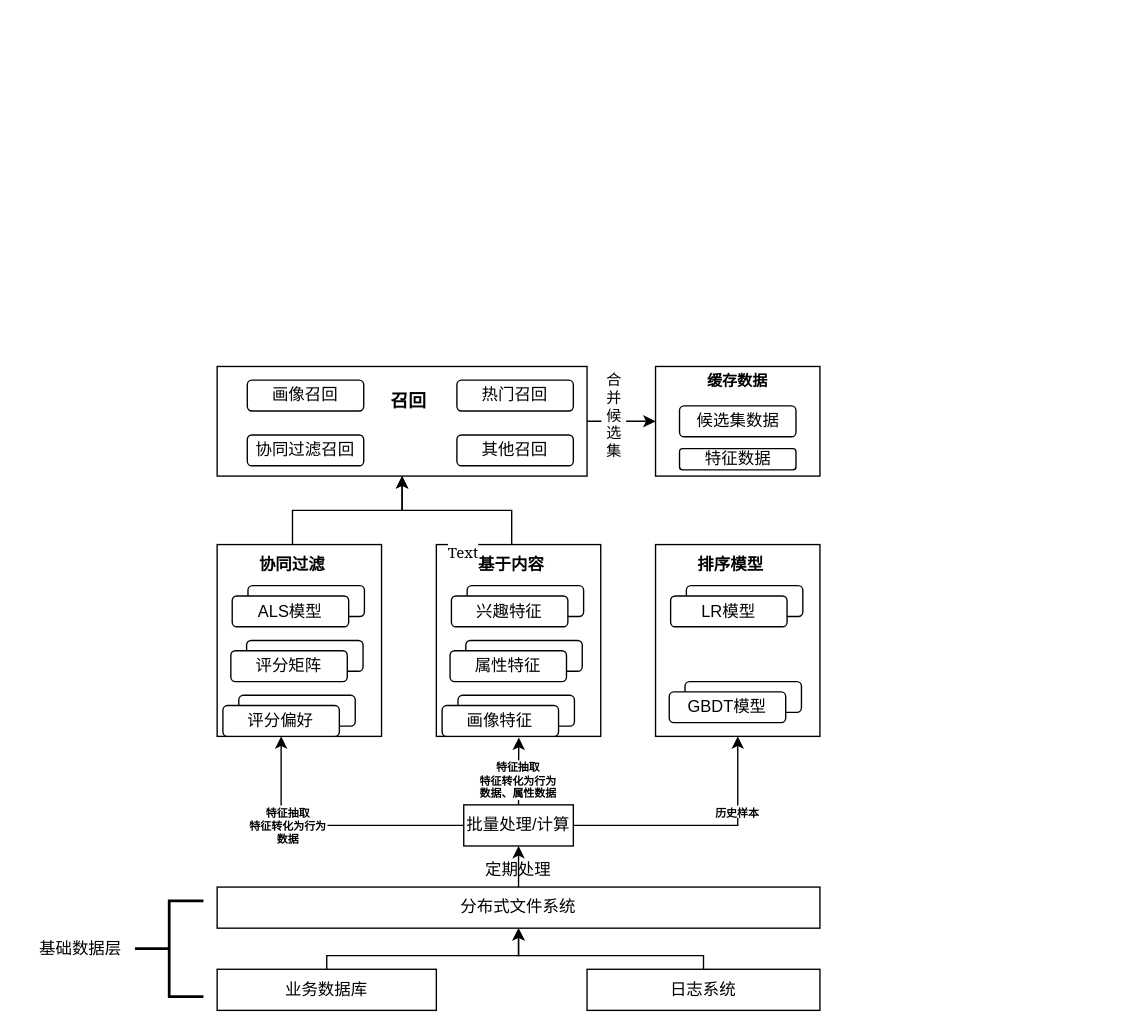
Above: reading/未命名绘图.drawio in johnsondiao0521/ImagesHost (draw.io), before the change. Source tidied: cells renumbered, new cells numbered last; positions are measured from the earlier drawing's top-left corner, leaving out a move shared by most shapes. Both pictures are drawn from the tidied source at 137%, with x=0, y=0 at pixel (25, 366).
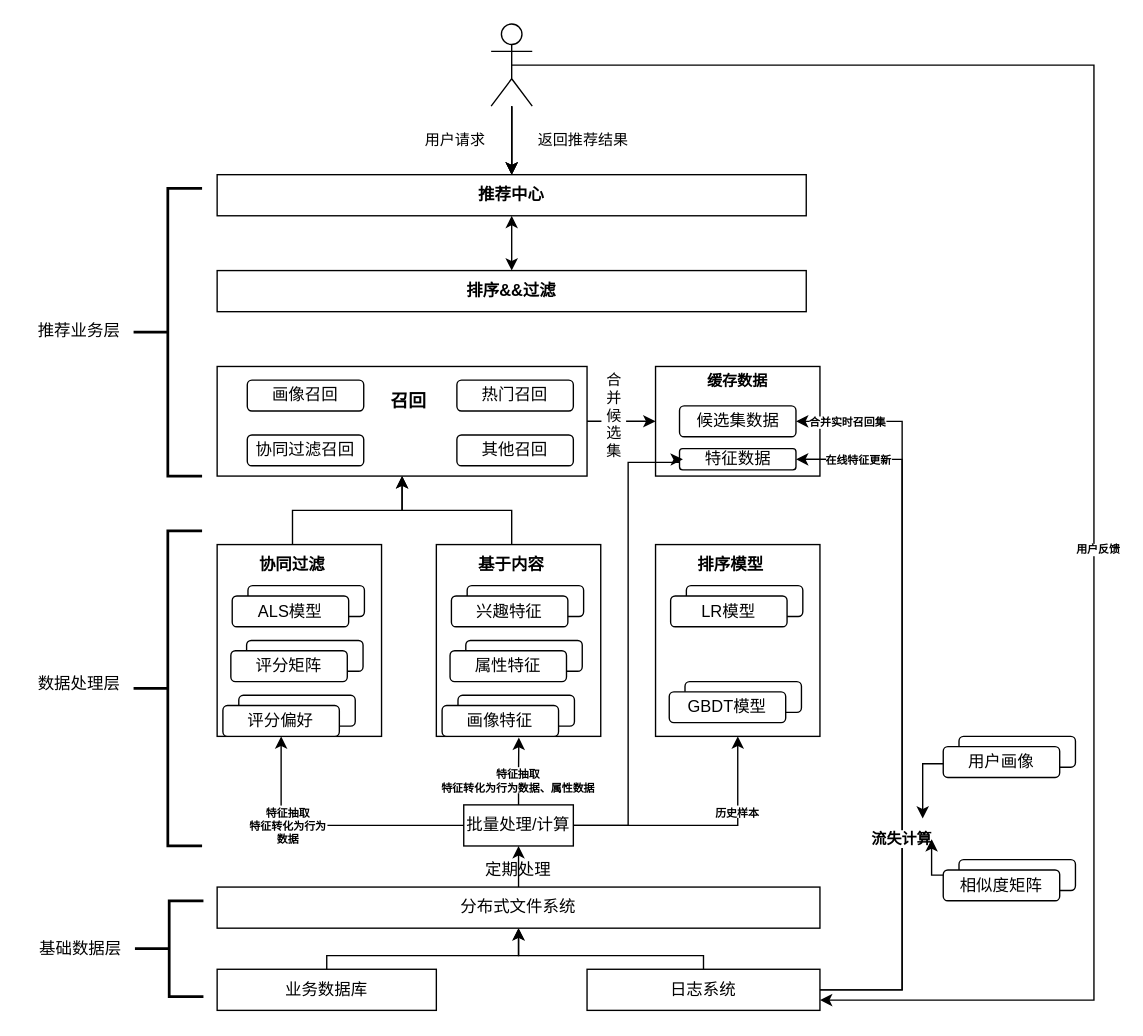
After the change.

Commit message (it also covers changes not shown here):
推荐系统业务架构.drawio

The change refers to these unchanged cells:
```xml
<mxCell id="5" value="日志系统" style="rounded=0;whiteSpace=wrap;html=1;" parent="1" vertex="1">
  <mxGeometry x="410" y="440" width="170" height="30" as="geometry" />
</mxCell>
<mxCell id="13" value="批量处理/计算" style="rounded=0;whiteSpace=wrap;html=1;" parent="1" vertex="1">
  <mxGeometry x="320" y="320" width="80" height="30" as="geometry" />
</mxCell>
<mxCell id="16" value="协同过滤" style="text;html=1;strokeColor=none;fillColor=none;align=center;verticalAlign=middle;whiteSpace=wrap;rounded=0;fontStyle=1;" parent="14" vertex="1">
  <mxGeometry x="25" width="60" height="30" as="geometry" />
</mxCell>
<mxCell id="26" value="基于内容" style="text;html=1;strokeColor=none;fillColor=none;align=center;verticalAlign=middle;whiteSpace=wrap;rounded=0;fontStyle=1;" parent="24" vertex="1">
  <mxGeometry x="25" width="60" height="30" as="geometry" />
</mxCell>
<mxCell id="53" value="候选集数据" style="rounded=1;whiteSpace=wrap;html=1;" parent="1" vertex="1">
  <mxGeometry x="477.5" y="28.8" width="85" height="22.5" as="geometry" />
</mxCell>
<mxCell id="54" value="特征数据" style="rounded=1;whiteSpace=wrap;html=1;" parent="1" vertex="1">
  <mxGeometry x="477.5" y="60" width="85" height="15.5" as="geometry" />
</mxCell>
```

Diff of the diagram source:
```diff
@@
-    <mxCell id="8" style="strokeWidth=2;html=1;shape=mxgraph.flowchart.annotation_2;align=left;labelPosition=right;" parent="1" vertex="1">
-      <mxGeometry x="80" y="390" width="50" height="70" as="geometry" />
-    </mxCell>
-    <mxCell id="9" value="基础数据层" style="text;html=1;align=center;verticalAlign=middle;fillColor=none;strokeColor=none;rounded=0;" parent="1" vertex="1">
-      <mxGeometry y="415" width="80" height="20" as="geometry" />
-    </mxCell>
@@
     <mxCell id="44" value="特征抽取&lt;br style=&quot;font-size: 8px;&quot;&gt;特征转化为行为数据、属性数据" style="text;html=1;strokeColor=none;fillColor=none;align=center;verticalAlign=middle;whiteSpace=wrap;rounded=0;fontFamily=Georgia;fontSize=8;fontStyle=1;labelBackgroundColor=default;" parent="1" vertex="1">
-      <mxGeometry x="330" y="290" width="60" height="23" as="geometry" />
+      <mxGeometry x="300" y="290" width="120" height="23" as="geometry" />
     </mxCell>
@@
+    <mxCell id="57" style="edgeStyle=orthogonalEdgeStyle;rounded=0;jettySize=auto;html=1;entryX=0.5;entryY=1;entryDx=0;entryDy=0;fontFamily=Georgia;fontSize=11;" parent="1" edge="1" source="16" target="47">
+      <mxGeometry relative="1" as="geometry" />
+    </mxCell>
+    <mxCell id="58" style="edgeStyle=orthogonalEdgeStyle;rounded=0;jettySize=auto;html=1;entryX=0.5;entryY=1;entryDx=0;entryDy=0;fontFamily=Georgia;fontSize=11;" parent="1" edge="1" source="26" target="47">
+      <mxGeometry relative="1" as="geometry" />
+    </mxCell>
+    <mxCell id="60" value="合并候选集" style="text;html=1;strokeColor=none;fillColor=none;align=center;verticalAlign=middle;whiteSpace=wrap;rounded=0;labelBackgroundColor=default;fontFamily=Helvetica;fontSize=11;" parent="1" vertex="1">
+      <mxGeometry x="420" y="21.2" width="20" height="28.8" as="geometry" />
+    </mxCell>
+    <mxCell id="61" value="&lt;b&gt;排序&amp;amp;&amp;amp;过滤&lt;/b&gt;" style="rounded=0;whiteSpace=wrap;html=1;" parent="1" vertex="1">
+      <mxGeometry x="140" y="-70" width="430" height="30" as="geometry" />
+    </mxCell>
+    <mxCell id="62" style="group;" parent="1" vertex="1">
+      <mxGeometry x="140" width="270" height="80" as="geometry" />
+    </mxCell>
-    <mxCell id="47" style="rounded=0;whiteSpace=wrap;html=1;" parent="1" vertex="1">
-      <mxGeometry x="140" width="270" height="80" as="geometry" />
+    <mxCell id="47" style="rounded=0;whiteSpace=wrap;html=1;" parent="62" vertex="1">
+      <mxGeometry width="270" height="80" as="geometry" />
     </mxCell>
-    <mxCell id="48" style="rounded=0;whiteSpace=wrap;html=1;" parent="1" vertex="1">
-      <mxGeometry x="460" width="120" height="80" as="geometry" />
-    </mxCell>
-    <mxCell id="49" value="画像召回" style="rounded=1;whiteSpace=wrap;html=1;" parent="1" vertex="1">
-      <mxGeometry x="162" y="10" width="85" height="22.5" as="geometry" />
+    <mxCell id="49" value="画像召回" style="rounded=1;whiteSpace=wrap;html=1;" parent="62" vertex="1">
+      <mxGeometry x="22" y="10" width="85" height="22.5" as="geometry" />
     </mxCell>
-    <mxCell id="50" value="热门召回" style="rounded=1;whiteSpace=wrap;html=1;" parent="1" vertex="1">
-      <mxGeometry x="315" y="10" width="85" height="22.5" as="geometry" />
+    <mxCell id="50" value="热门召回" style="rounded=1;whiteSpace=wrap;html=1;" parent="62" vertex="1">
+      <mxGeometry x="175" y="10" width="85" height="22.5" as="geometry" />
     </mxCell>
-    <mxCell id="51" value="其他召回" style="rounded=1;whiteSpace=wrap;html=1;" parent="1" vertex="1">
-      <mxGeometry x="315" y="50" width="85" height="22.5" as="geometry" />
+    <mxCell id="51" value="其他召回" style="rounded=1;whiteSpace=wrap;html=1;" parent="62" vertex="1">
+      <mxGeometry x="175" y="50" width="85" height="22.5" as="geometry" />
     </mxCell>
-    <mxCell id="52" value="协同过滤召回" style="rounded=1;whiteSpace=wrap;html=1;" parent="1" vertex="1">
-      <mxGeometry x="162" y="50" width="85" height="22.5" as="geometry" />
+    <mxCell id="52" value="协同过滤召回" style="rounded=1;whiteSpace=wrap;html=1;" parent="62" vertex="1">
+      <mxGeometry x="22" y="50" width="85" height="22.5" as="geometry" />
     </mxCell>
+    <mxCell id="55" value="召回" style="text;html=1;strokeColor=none;fillColor=none;align=center;verticalAlign=middle;whiteSpace=wrap;rounded=0;labelBackgroundColor=default;fontFamily=Georgia;fontSize=13;fontStyle=1;" parent="62" vertex="1">
+      <mxGeometry x="110" y="10" width="60" height="30" as="geometry" />
+    </mxCell>
+    <mxCell id="63" value="&lt;b&gt;推荐中心&lt;/b&gt;" style="rounded=0;whiteSpace=wrap;html=1;" parent="1" vertex="1">
+      <mxGeometry x="140" y="-140" width="430" height="30" as="geometry" />
+    </mxCell>
+    <mxCell id="64" style="endArrow=classic;startArrow=classic;html=1;rounded=0;fontFamily=Helvetica;fontSize=11;entryX=0.5;entryY=1;entryDx=0;entryDy=0;" parent="1" edge="1" source="61" target="63">
+      <mxGeometry relative="1" as="geometry" />
+    </mxCell>
+    <mxCell id="65" style="edgeStyle=orthogonalEdgeStyle;rounded=0;jettySize=auto;html=1;fontFamily=Helvetica;fontSize=11;" parent="1" edge="1" source="70" target="63">
+      <mxGeometry relative="1" as="geometry" />
+    </mxCell>
+    <mxCell id="66" style="edgeStyle=orthogonalEdgeStyle;rounded=0;jettySize=auto;html=1;fontFamily=Helvetica;fontSize=11;" parent="1" edge="1" source="70" target="63">
+      <mxGeometry relative="1" as="geometry" />
+    </mxCell>
+    <mxCell id="67" style="edgeStyle=orthogonalEdgeStyle;rounded=0;jettySize=auto;html=1;fontFamily=Helvetica;fontSize=11;" parent="1" edge="1" source="70" target="63">
+      <mxGeometry relative="1" as="geometry" />
+    </mxCell>
+    <mxCell id="68" style="edgeStyle=orthogonalEdgeStyle;rounded=0;jettySize=auto;html=1;exitX=0.5;exitY=0.5;exitDx=0;exitDy=0;exitPerimeter=0;labelBackgroundColor=default;labelBorderColor=default;fontFamily=Helvetica;fontSize=8;fontColor=default;entryX=1;entryY=0.75;entryDx=0;entryDy=0;" parent="1" edge="1" source="70" target="5">
+      <mxGeometry relative="1" as="geometry">
+        <Array as="points">
+          <mxPoint x="780" y="-220" />
+          <mxPoint x="780" y="462" />
+        </Array>
+      </mxGeometry>
+    </mxCell>
+    <mxCell id="69" value="用户反馈" style="edgeLabel;html=1;align=center;verticalAlign=middle;fontSize=8;fontFamily=Helvetica;fontColor=default;fontStyle=1;" parent="68" vertex="1">
+      <mxGeometry x="0.19" y="2" relative="1" as="geometry" />
+    </mxCell>
+    <mxCell id="70" style="shape=umlActor;verticalLabelPosition=bottom;verticalAlign=top;html=1;labelBackgroundColor=default;fontFamily=Helvetica;fontSize=11;" parent="1" vertex="1">
+      <mxGeometry x="340" y="-250" width="30" height="60" as="geometry" />
+    </mxCell>
+    <mxCell id="71" value="用户请求" style="text;html=1;strokeColor=none;fillColor=none;align=center;verticalAlign=middle;whiteSpace=wrap;rounded=0;labelBackgroundColor=default;fontFamily=Helvetica;fontSize=11;" parent="1" vertex="1">
+      <mxGeometry x="284" y="-175" width="60" height="20" as="geometry" />
+    </mxCell>
+    <mxCell id="72" value="返回推荐结果" style="text;html=1;strokeColor=none;fillColor=none;align=center;verticalAlign=middle;whiteSpace=wrap;rounded=0;labelBackgroundColor=default;fontFamily=Helvetica;fontSize=11;" parent="1" vertex="1">
+      <mxGeometry x="370" y="-180" width="75" height="30" as="geometry" />
+    </mxCell>
+    <mxCell id="73" style="group;" parent="1" vertex="1">
+      <mxGeometry y="390" width="130" height="70" as="geometry" />
+    </mxCell>
+    <mxCell id="8" style="strokeWidth=2;html=1;shape=mxgraph.flowchart.annotation_2;align=left;labelPosition=right;" parent="73" vertex="1">
+      <mxGeometry x="80" width="50" height="70" as="geometry" />
+    </mxCell>
+    <mxCell id="9" value="基础数据层" style="text;html=1;align=center;verticalAlign=middle;fillColor=none;strokeColor=none;rounded=0;" parent="73" vertex="1">
+      <mxGeometry y="25" width="80" height="20" as="geometry" />
+    </mxCell>
+    <mxCell id="74" style="group;" parent="1" vertex="1">
+      <mxGeometry x="-1" y="120" width="130" height="230" as="geometry" />
+    </mxCell>
+    <mxCell id="75" style="strokeWidth=2;html=1;shape=mxgraph.flowchart.annotation_2;align=left;labelPosition=right;" parent="74" vertex="1">
+      <mxGeometry x="80" width="50" height="230" as="geometry" />
+    </mxCell>
+    <mxCell id="76" value="数据处理层" style="text;html=1;align=center;verticalAlign=middle;fillColor=none;strokeColor=none;rounded=0;" parent="74" vertex="1">
+      <mxGeometry y="102.1" width="80" height="20" as="geometry" />
+    </mxCell>
+    <mxCell id="77" style="group;" parent="1" vertex="1">
+      <mxGeometry x="-1" y="-130" width="130" height="210" as="geometry" />
+    </mxCell>
+    <mxCell id="78" style="strokeWidth=2;html=1;shape=mxgraph.flowchart.annotation_2;align=left;labelPosition=right;" parent="77" vertex="1">
+      <mxGeometry x="80" width="50" height="210" as="geometry" />
+    </mxCell>
+    <mxCell id="79" value="推荐业务层" style="text;html=1;align=center;verticalAlign=middle;fillColor=none;strokeColor=none;rounded=0;" parent="77" vertex="1">
+      <mxGeometry y="94" width="80" height="20" as="geometry" />
+    </mxCell>
+    <mxCell id="48" style="rounded=0;whiteSpace=wrap;html=1;" parent="1" vertex="1">
+      <mxGeometry x="460" width="120" height="80" as="geometry" />
+    </mxCell>
@@
-    <mxCell id="55" value="召回" style="text;html=1;strokeColor=none;fillColor=none;align=center;verticalAlign=middle;whiteSpace=wrap;rounded=0;labelBackgroundColor=default;fontFamily=Georgia;fontSize=13;fontStyle=1;" parent="1" vertex="1">
-      <mxGeometry x="250" y="10" width="60" height="30" as="geometry" />
-    </mxCell>
@@
-    <mxCell id="57" style="edgeStyle=orthogonalEdgeStyle;rounded=0;jettySize=auto;html=1;entryX=0.5;entryY=1;entryDx=0;entryDy=0;fontFamily=Georgia;fontSize=11;" parent="1" edge="1" source="16" target="47">
-      <mxGeometry relative="1" as="geometry" />
-    </mxCell>
-    <mxCell id="58" style="edgeStyle=orthogonalEdgeStyle;rounded=0;jettySize=auto;html=1;entryX=0.5;entryY=1;entryDx=0;entryDy=0;fontFamily=Georgia;fontSize=11;" parent="1" edge="1" source="26" target="47">
-      <mxGeometry relative="1" as="geometry" />
-    </mxCell>
-    <mxCell id="59" value="Text" style="text;html=1;strokeColor=none;fillColor=none;align=center;verticalAlign=middle;whiteSpace=wrap;rounded=0;labelBackgroundColor=default;fontFamily=Georgia;fontSize=11;" parent="1" vertex="1">
-      <mxGeometry x="290" y="120" width="60" height="30" as="geometry" />
-    </mxCell>
-    <mxCell id="60" value="合并候选集" style="text;html=1;strokeColor=none;fillColor=none;align=center;verticalAlign=middle;whiteSpace=wrap;rounded=0;labelBackgroundColor=default;fontFamily=Helvetica;fontSize=11;" parent="1" vertex="1">
-      <mxGeometry x="420" y="21.2" width="20" height="30" as="geometry" />
-    </mxCell>
+    <mxCell id="80" style="edgeStyle=orthogonalEdgeStyle;rounded=0;jettySize=auto;html=1;entryX=1;entryY=0.5;entryDx=0;entryDy=0;fontFamily=Helvetica;fontSize=11;labelBackgroundColor=default;fontColor=none;noLabel=1;" parent="1" edge="1" source="5" target="53">
+      <mxGeometry relative="1" as="geometry">
+        <Array as="points">
+          <mxPoint x="640" y="455" />
+          <mxPoint x="640" y="40" />
+        </Array>
+      </mxGeometry>
+    </mxCell>
+    <mxCell id="81" value="合并实时召回集" style="edgeLabel;html=1;align=center;verticalAlign=middle;fontSize=8;fontFamily=Helvetica;fontColor=default;fontStyle=1;" parent="80" vertex="1">
+      <mxGeometry x="0.83" y="1" relative="1" as="geometry">
+        <mxPoint x="-10" y="-1" as="offset" />
+      </mxGeometry>
+    </mxCell>
+    <mxCell id="82" style="edgeStyle=orthogonalEdgeStyle;rounded=0;jettySize=auto;html=1;entryX=1;entryY=0.5;entryDx=0;entryDy=0;labelBackgroundColor=default;labelBorderColor=default;fontFamily=Helvetica;fontSize=11;fontColor=default;" parent="1" edge="1" source="5" target="54">
+      <mxGeometry relative="1" as="geometry">
+        <Array as="points">
+          <mxPoint x="640" y="455" />
+          <mxPoint x="640" y="68" />
+        </Array>
+      </mxGeometry>
+    </mxCell>
+    <mxCell id="83" value="在线特征更新" style="edgeLabel;html=1;align=center;verticalAlign=middle;fontSize=8;fontFamily=Helvetica;fontColor=default;fontStyle=1;" parent="82" vertex="1">
+      <mxGeometry x="0.83" y="1" relative="1" as="geometry" />
+    </mxCell>
+    <mxCell id="84" value="流失计算" style="text;html=1;strokeColor=none;fillColor=none;align=center;verticalAlign=middle;whiteSpace=wrap;rounded=0;labelBackgroundColor=default;fontFamily=Helvetica;fontSize=11;fontColor=default;labelBorderColor=none;fontStyle=1;" parent="1" vertex="1">
+      <mxGeometry x="610" y="330" width="60" height="30" as="geometry" />
+    </mxCell>
+    <mxCell id="85" style="edgeStyle=orthogonalEdgeStyle;rounded=0;jettySize=auto;html=1;labelBackgroundColor=default;labelBorderColor=default;fontFamily=Helvetica;fontSize=11;fontColor=default;" parent="1" edge="1" source="86" target="84">
+      <mxGeometry relative="1" as="geometry" />
+    </mxCell>
+    <mxCell id="86" style="rounded=1;whiteSpace=wrap;html=1;" parent="1" vertex="1">
+      <mxGeometry x="681.5" y="360" width="85" height="22.5" as="geometry" />
+    </mxCell>
+    <mxCell id="87" value="相似度矩阵" style="rounded=1;whiteSpace=wrap;html=1;" parent="1" vertex="1">
+      <mxGeometry x="670" y="367.5" width="85" height="22.5" as="geometry" />
+    </mxCell>
+    <mxCell id="88" style="group;" parent="1" vertex="1">
+      <mxGeometry x="670" y="270" width="96.5" height="30" as="geometry" />
+    </mxCell>
+    <mxCell id="89" style="rounded=1;whiteSpace=wrap;html=1;" parent="88" vertex="1">
+      <mxGeometry x="11.5" width="85" height="22.5" as="geometry" />
+    </mxCell>
+    <mxCell id="90" value="用户画像" style="rounded=1;whiteSpace=wrap;html=1;" parent="88" vertex="1">
+      <mxGeometry y="7.5" width="85" height="22.5" as="geometry" />
+    </mxCell>
+    <mxCell id="91" style="edgeStyle=orthogonalEdgeStyle;rounded=0;jettySize=auto;html=1;entryX=0.75;entryY=0;entryDx=0;entryDy=0;labelBackgroundColor=default;labelBorderColor=default;fontFamily=Helvetica;fontSize=11;fontColor=default;" parent="1" edge="1" target="84">
+      <mxGeometry relative="1" as="geometry">
+        <mxPoint x="670" y="290" as="sourcePoint" />
+        <Array as="points">
+          <mxPoint x="655" y="290" />
+        </Array>
+      </mxGeometry>
+    </mxCell>
+    <mxCell id="92" style="edgeStyle=orthogonalEdgeStyle;rounded=0;jettySize=auto;html=1;labelBackgroundColor=default;labelBorderColor=default;fontFamily=Helvetica;fontSize=8;fontColor=default;entryX=0.029;entryY=0.5;entryDx=0;entryDy=0;entryPerimeter=0;" parent="1" edge="1" source="13" target="54">
+      <mxGeometry relative="1" as="geometry">
+        <Array as="points">
+          <mxPoint x="440" y="335" />
+          <mxPoint x="440" y="70" />
+          <mxPoint x="477" y="70" />
+          <mxPoint x="477" y="68" />
+        </Array>
+      </mxGeometry>
+    </mxCell>
```
